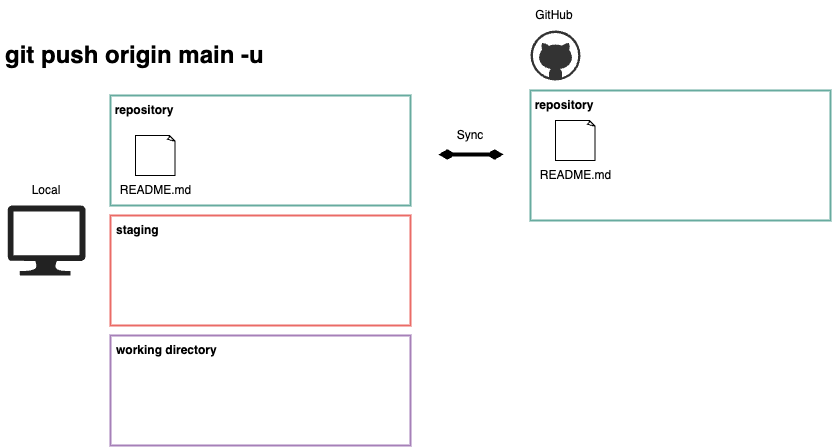
Before: img/01_Start_Git_git-push.png, a diagram exported from draw.io (s-iwakawa/Git_GitHub_Slides). Source tidied: cells renumbered, new cells last; positions are measured from the earlier drawing's top-left corner, leaving out a move shared by most shapes.
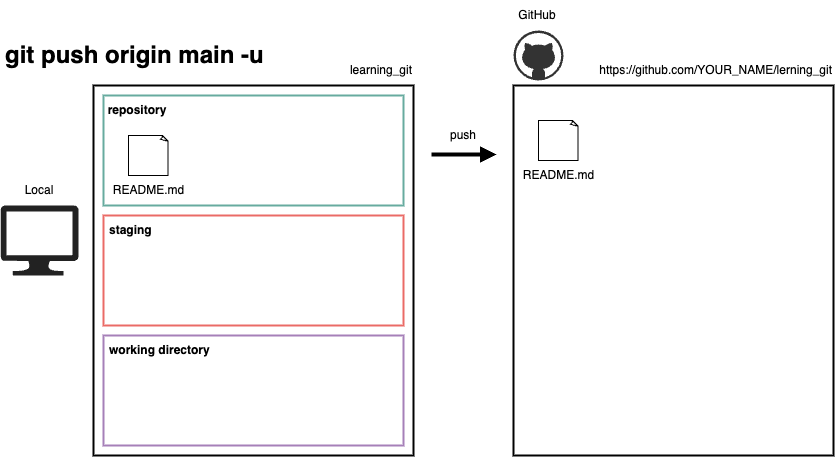
Later version of the same file.

Change to the diagram source:
```diff
@@ -2,65 +2,71 @@
   <root>
     <mxCell id="0" />
     <mxCell id="1" parent="0" />
-    <mxCell id="2" style="rounded=0;whiteSpace=wrap;html=1;strokeWidth=2;strokeColor=#67AB9F;" parent="1" vertex="1">
-      <mxGeometry x="110" y="95" width="300" height="110" as="geometry" />
+    <mxCell id="2" style="rounded=0;whiteSpace=wrap;html=1;strokeWidth=2;" parent="1" vertex="1">
+      <mxGeometry x="100" y="85" width="320" height="370" as="geometry" />
     </mxCell>
-    <mxCell id="3" style="sketch=0;shadow=0;dashed=0;html=1;strokeColor=none;labelPosition=center;verticalLabelPosition=bottom;verticalAlign=top;align=center;fillColor=#222222;shape=mxgraph.azure.computer;" parent="1" vertex="1">
-      <mxGeometry x="7.2" y="205" width="77.8" height="70" as="geometry" />
+    <mxCell id="3" value="learning_git" style="text;html=1;align=right;verticalAlign=middle;strokeColor=none;fillColor=none;" parent="1" vertex="1">
+      <mxGeometry x="330" y="55" width="90" height="30" as="geometry" />
     </mxCell>
-    <mxCell id="4" value="Local" style="text;html=1;strokeColor=none;fillColor=none;align=center;verticalAlign=middle;whiteSpace=wrap;rounded=0;" parent="1" vertex="1">
-      <mxGeometry x="16.1" y="175" width="60" height="30" as="geometry" />
+    <mxCell id="4" style="rounded=0;whiteSpace=wrap;html=1;strokeWidth=2;strokeColor=#67AB9F;" parent="1" vertex="1">
+      <mxGeometry x="110" y="95" width="300" height="110" as="geometry" />
     </mxCell>
-    <mxCell id="5" value="repository" style="text;html=1;strokeColor=none;fillColor=none;align=center;verticalAlign=middle;whiteSpace=wrap;rounded=0;fontStyle=1;" parent="1" vertex="1">
-      <mxGeometry x="114" y="95" width="60" height="30" as="geometry" />
+    <mxCell id="5" style="sketch=0;shadow=0;dashed=0;html=1;strokeColor=none;labelPosition=center;verticalLabelPosition=bottom;verticalAlign=top;align=center;fillColor=#222222;shape=mxgraph.azure.computer;" parent="1" vertex="1">
+      <mxGeometry x="7.2" y="205" width="77.8" height="70" as="geometry" />
     </mxCell>
-    <mxCell id="6" style="rounded=0;whiteSpace=wrap;html=1;strokeWidth=2;strokeColor=#EA6B66;" parent="1" vertex="1">
-      <mxGeometry x="110" y="215" width="300" height="110" as="geometry" />
+    <mxCell id="6" value="Local" style="text;html=1;strokeColor=none;fillColor=none;align=center;verticalAlign=middle;whiteSpace=wrap;rounded=0;" parent="1" vertex="1">
+      <mxGeometry x="16.1" y="175" width="60" height="30" as="geometry" />
     </mxCell>
-    <mxCell id="7" value="staging" style="text;html=1;strokeColor=none;fillColor=none;align=left;verticalAlign=middle;whiteSpace=wrap;rounded=0;fontStyle=1;" parent="1" vertex="1">
-      <mxGeometry x="114" y="215" width="60" height="30" as="geometry" />
+    <mxCell id="7" value="repository" style="text;html=1;strokeColor=none;fillColor=none;align=center;verticalAlign=middle;whiteSpace=wrap;rounded=0;fontStyle=1;" parent="1" vertex="1">
+      <mxGeometry x="114" y="95" width="60" height="30" as="geometry" />
     </mxCell>
-    <mxCell id="8" style="rounded=0;whiteSpace=wrap;html=1;strokeWidth=2;strokeColor=#A680B8;" parent="1" vertex="1">
-      <mxGeometry x="110" y="335" width="300" height="110" as="geometry" />
+    <mxCell id="8" style="rounded=0;whiteSpace=wrap;html=1;strokeWidth=2;strokeColor=#EA6B66;" parent="1" vertex="1">
+      <mxGeometry x="110" y="215" width="300" height="110" as="geometry" />
     </mxCell>
-    <mxCell id="9" value="working directory" style="text;html=1;strokeColor=none;fillColor=none;align=left;verticalAlign=middle;whiteSpace=wrap;rounded=0;fontStyle=1;" parent="1" vertex="1">
-      <mxGeometry x="114" y="335" width="116" height="30" as="geometry" />
+    <mxCell id="9" value="staging" style="text;html=1;strokeColor=none;fillColor=none;align=left;verticalAlign=middle;whiteSpace=wrap;rounded=0;fontStyle=1;" parent="1" vertex="1">
+      <mxGeometry x="114" y="215" width="60" height="30" as="geometry" />
     </mxCell>
-    <mxCell id="10" value="&lt;h1&gt;git push origin main -u&lt;/h1&gt;" style="text;html=1;strokeColor=none;fillColor=none;spacing=5;spacingTop=-20;whiteSpace=wrap;overflow=hidden;rounded=0;" parent="1" vertex="1">
-      <mxGeometry y="35" width="430" height="70" as="geometry" />
+    <mxCell id="10" style="rounded=0;whiteSpace=wrap;html=1;strokeWidth=2;strokeColor=#A680B8;" parent="1" vertex="1">
+      <mxGeometry x="110" y="335" width="300" height="110" as="geometry" />
     </mxCell>
-    <mxCell id="11" style="verticalLabelPosition=bottom;html=1;verticalAlign=top;align=center;strokeColor=none;fillColor=#333333;shape=mxgraph.azure.github_code;" parent="1" vertex="1">
-      <mxGeometry x="530" y="30" width="50" height="50" as="geometry" />
+    <mxCell id="11" value="working directory" style="text;html=1;strokeColor=none;fillColor=none;align=left;verticalAlign=middle;whiteSpace=wrap;rounded=0;fontStyle=1;" parent="1" vertex="1">
+      <mxGeometry x="114" y="335" width="116" height="30" as="geometry" />
     </mxCell>
-    <mxCell id="12" value="GitHub" style="text;html=1;strokeColor=none;fillColor=none;align=center;verticalAlign=middle;whiteSpace=wrap;rounded=0;" parent="1" vertex="1">
-      <mxGeometry x="524" width="60" height="30" as="geometry" />
+    <mxCell id="12" style="whiteSpace=wrap;html=1;shape=mxgraph.basic.document;" parent="1" vertex="1">
+      <mxGeometry x="135" y="135" width="40" height="40" as="geometry" />
     </mxCell>
-    <mxCell id="13" style="rounded=0;whiteSpace=wrap;html=1;strokeWidth=2;strokeColor=#67AB9F;" parent="1" vertex="1">
-      <mxGeometry x="530" y="90" width="300" height="130" as="geometry" />
+    <mxCell id="13" value="README.md" style="text;html=1;align=center;verticalAlign=middle;strokeColor=none;fillColor=none;" parent="1" vertex="1">
+      <mxGeometry x="110" y="175" width="90" height="30" as="geometry" />
     </mxCell>
-    <mxCell id="14" value="repository" style="text;html=1;strokeColor=none;fillColor=none;align=center;verticalAlign=middle;whiteSpace=wrap;rounded=0;fontStyle=1;" parent="1" vertex="1">
-      <mxGeometry x="534" y="90" width="60" height="30" as="geometry" />
+    <mxCell id="14" value="push" style="text;html=1;strokeColor=none;fillColor=none;align=center;verticalAlign=middle;whiteSpace=wrap;rounded=0;" parent="1" vertex="1">
+      <mxGeometry x="440" y="120" width="60" height="30" as="geometry" />
     </mxCell>
-    <mxCell id="15" style="whiteSpace=wrap;html=1;shape=mxgraph.basic.document;" parent="1" vertex="1">
-      <mxGeometry x="135" y="135" width="40" height="40" as="geometry" />
+    <mxCell id="15" style="endArrow=block;startArrow=none;html=1;rounded=0;strokeWidth=4;startFill=0;endFill=1;" parent="1" edge="1">
+      <mxGeometry relative="1" as="geometry">
+        <mxPoint x="438" y="154" as="sourcePoint" />
+        <mxPoint x="503" y="154" as="targetPoint" />
+      </mxGeometry>
     </mxCell>
-    <mxCell id="16" value="README.md" style="text;html=1;align=center;verticalAlign=middle;strokeColor=none;fillColor=none;" parent="1" vertex="1">
-      <mxGeometry x="110" y="175" width="90" height="30" as="geometry" />
+    <mxCell id="16" style="verticalLabelPosition=bottom;html=1;verticalAlign=top;align=center;strokeColor=none;fillColor=#333333;shape=mxgraph.azure.github_code;" parent="1" vertex="1">
+      <mxGeometry x="520" y="30" width="50" height="50" as="geometry" />
     </mxCell>
-    <mxCell id="17" style="whiteSpace=wrap;html=1;shape=mxgraph.basic.document;" parent="1" vertex="1">
-      <mxGeometry x="555" y="120" width="40" height="40" as="geometry" />
+    <mxCell id="17" value="GitHub" style="text;html=1;strokeColor=none;fillColor=none;align=center;verticalAlign=middle;whiteSpace=wrap;rounded=0;" parent="1" vertex="1">
+      <mxGeometry x="514" width="60" height="30" as="geometry" />
     </mxCell>
-    <mxCell id="18" value="README.md" style="text;html=1;align=center;verticalAlign=middle;strokeColor=none;fillColor=none;" parent="1" vertex="1">
-      <mxGeometry x="530" y="160" width="90" height="30" as="geometry" />
+    <mxCell id="18" style="rounded=0;whiteSpace=wrap;html=1;strokeWidth=2;" parent="1" vertex="1">
+      <mxGeometry x="520" y="85" width="320" height="370" as="geometry" />
     </mxCell>
-    <mxCell id="19" value="Sync" style="text;html=1;strokeColor=none;fillColor=none;align=center;verticalAlign=middle;whiteSpace=wrap;rounded=0;" parent="1" vertex="1">
-      <mxGeometry x="440" y="120" width="60" height="30" as="geometry" />
+    <mxCell id="19" value="https://github.com/YOUR_NAME/lerning_git" style="text;html=1;align=right;verticalAlign=middle;strokeColor=none;fillColor=none;" parent="1" vertex="1">
+      <mxGeometry x="580" y="55" width="260" height="30" as="geometry" />
     </mxCell>
-    <mxCell id="20" style="endArrow=diamondThin;startArrow=diamondThin;html=1;rounded=0;strokeWidth=4;startFill=1;endFill=1;" parent="1" edge="1">
-      <mxGeometry relative="1" as="geometry">
-        <mxPoint x="438" y="154" as="sourcePoint" />
-        <mxPoint x="503" y="154" as="targetPoint" />
-      </mxGeometry>
+    <mxCell id="20" style="whiteSpace=wrap;html=1;shape=mxgraph.basic.document;" parent="1" vertex="1">
+      <mxGeometry x="545" y="120" width="40" height="40" as="geometry" />
     </mxCell>
+    <mxCell id="21" value="README.md" style="text;html=1;align=center;verticalAlign=middle;strokeColor=none;fillColor=none;" parent="1" vertex="1">
+      <mxGeometry x="520" y="160" width="90" height="30" as="geometry" />
+    </mxCell>
+    <mxCell id="22" value="&lt;h1&gt;git push origin main -u&lt;/h1&gt;" style="text;html=1;strokeColor=none;fillColor=none;spacing=5;spacingTop=-20;whiteSpace=wrap;overflow=hidden;rounded=0;" parent="1" vertex="1">
+      <mxGeometry x="7.2" y="35" width="430" height="70" as="geometry" />
+    </mxCell>
   </root>
 </mxGraphModel>
```
